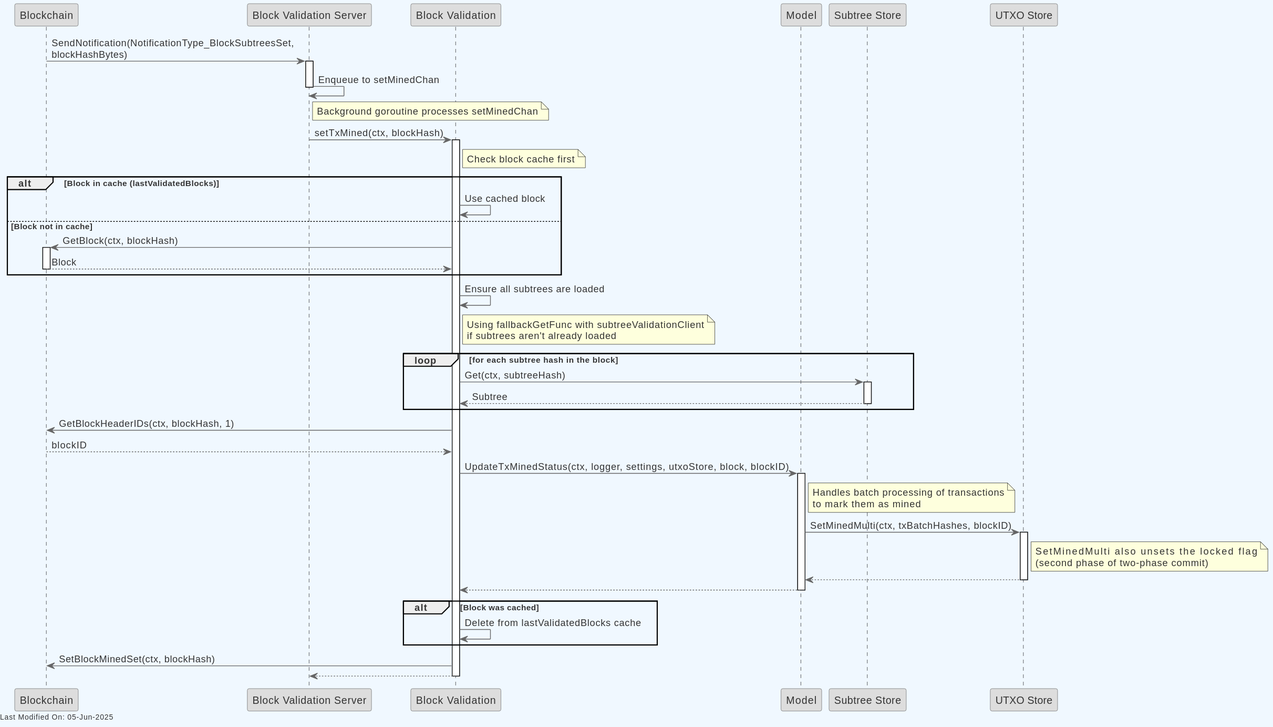
freemans13/teranode keeps this PlantUML diagram as docs/topics/services/img/plantuml/blockvalidation/block_validation_set_tx_mined.svg. Above is the earlier version.
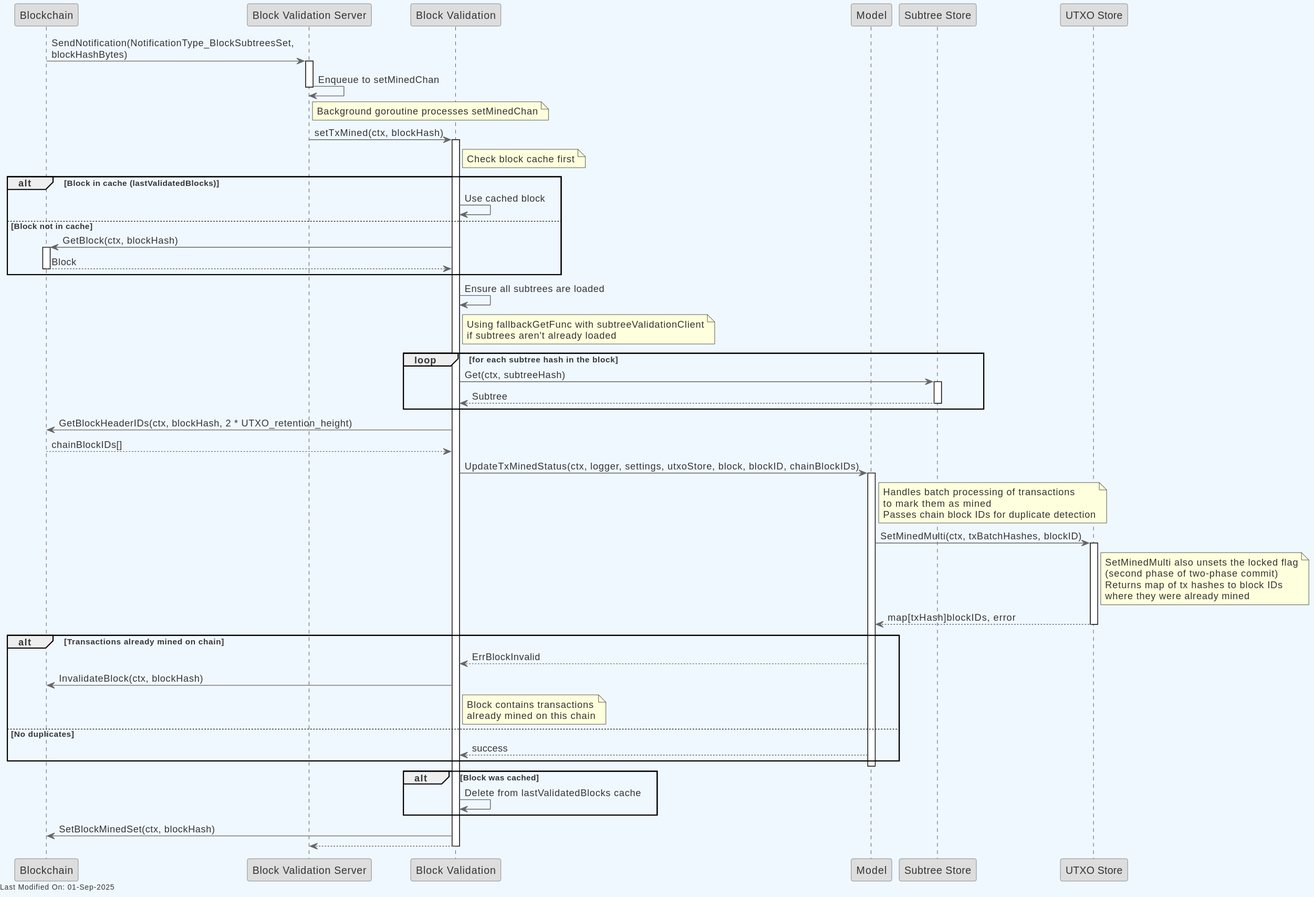
Above is the later version.

The edit, as a diff of the source:
```diff
@@ -66,26 +66,39 @@
     deactivate SubtreeStore
 end
 
-BlockValidation -> Blockchain: GetBlockHeaderIDs(ctx, blockHash, 1)
-Blockchain --> BlockValidation: blockID
+BlockValidation -> Blockchain: GetBlockHeaderIDs(ctx, blockHash, 2 * UTXO_retention_height)
+Blockchain --> BlockValidation: chainBlockIDs[]
 
-BlockValidation -> Model: UpdateTxMinedStatus(ctx, logger, settings, utxoStore, block, blockID)
+BlockValidation -> Model: UpdateTxMinedStatus(ctx, logger, settings, utxoStore, block, blockID, chainBlockIDs)
 activate Model
 note right of Model
   Handles batch processing of transactions
   to mark them as mined
+  Passes chain block IDs for duplicate detection
 end note
 
 Model -> UTXOStore: SetMinedMulti(ctx, txBatchHashes, blockID)
 activate UTXOStore
 note right of UTXOStore
-  SetMinedMulti also unsets the unspendable flag
+  SetMinedMulti also unsets the locked flag
   (second phase of two-phase commit)
+  Returns map of tx hashes to block IDs
+  where they were already mined
 end note
-UTXOStore --> Model
+UTXOStore --> Model: map[txHash]blockIDs, error
 deactivate UTXOStore
 
-Model --> BlockValidation
+alt Transactions already mined on chain
+    Model --> BlockValidation: ErrBlockInvalid
+    BlockValidation -> Blockchain: InvalidateBlock(ctx, blockHash)
+    note right of BlockValidation
+      Block contains transactions
+      already mined on this chain
+    end note
+else No duplicates
+    Model --> BlockValidation: success
+end
+
 deactivate Model
 
 alt Block was cached
```
